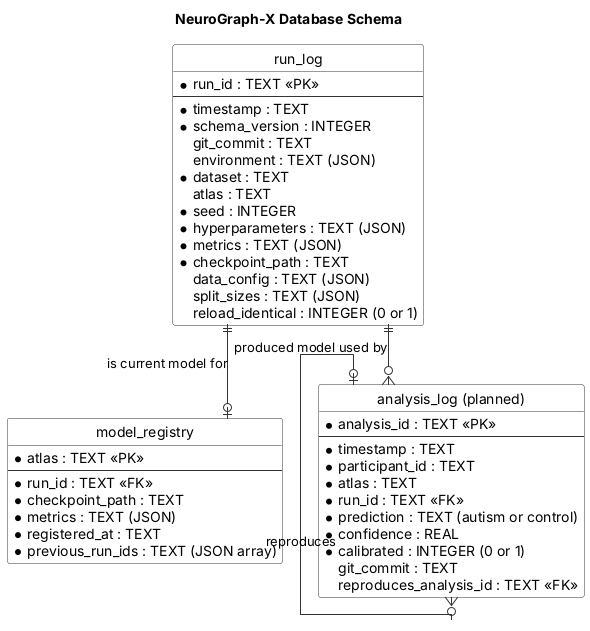
This is docs/design/database_schema.png from Aleesha-hayat20/NeuroGraph-X, a PlantUML export, as it was before one commit.
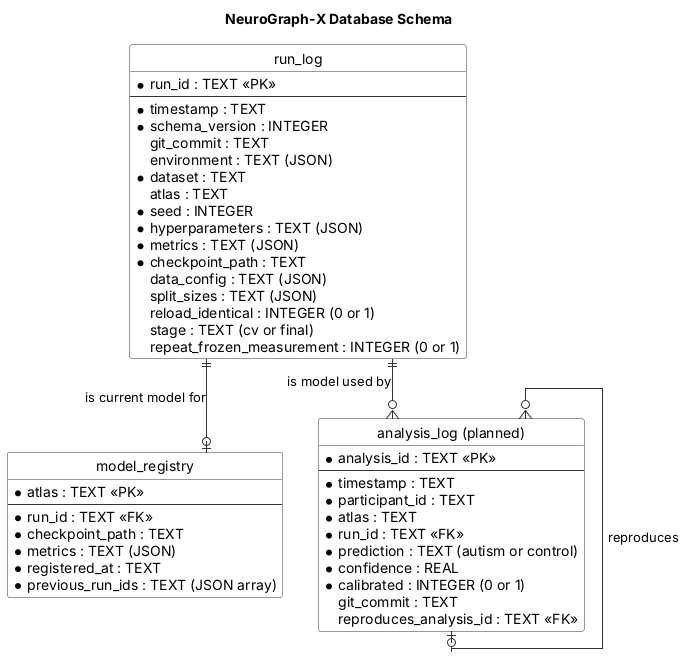
After the commit.

Commit message:
docs: add stage and repeat_frozen_measurement to the schema diagram (W4-22)

Diff of the diagram source:
```diff
@@ -26,6 +26,8 @@
   data_config : TEXT (JSON)
   split_sizes : TEXT (JSON)
   reload_identical : INTEGER (0 or 1)
+  stage : TEXT (cv or final)
+  repeat_frozen_measurement : INTEGER (0 or 1)
 }
 
 entity "model_registry" as model_registry {
@@ -53,6 +55,6 @@
 }
 
 run_log ||--o| model_registry : is current model for
-run_log ||--o{ analysis_log : produced model used by
-analysis_log |o--o{ analysis_log : reproduces
+run_log ||--o{ analysis_log : is model used by
+analysis_log }o--o| analysis_log : reproduces
 @enduml
```
